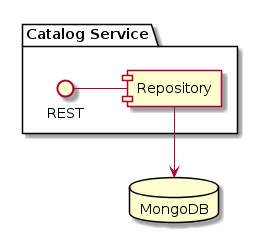
This is zh_TR/images/catalog-design.png from rscai/microservices-doc, a PlantUML export, as it was before one commit.
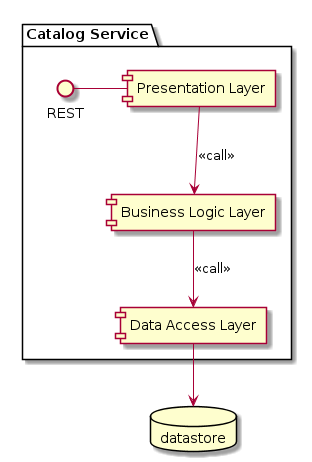
The same file after the commit.

Diff of the diagram source:
```diff
@@ -1,9 +1,11 @@
 @startuml
 package "Catalog Service" {
-    REST - [Repository]
+    REST - [Presentation Layer]
+    [Presentation Layer] --> [Business Logic Layer]: <<call>>
+    [Business Logic Layer] --> [Data Access Layer]: <<call>>
 }
 
-database MongoDB
+database datastore
 
-[Repository] --> MongoDB
+[Data Access Layer] --> datastore
 @enduml
```
